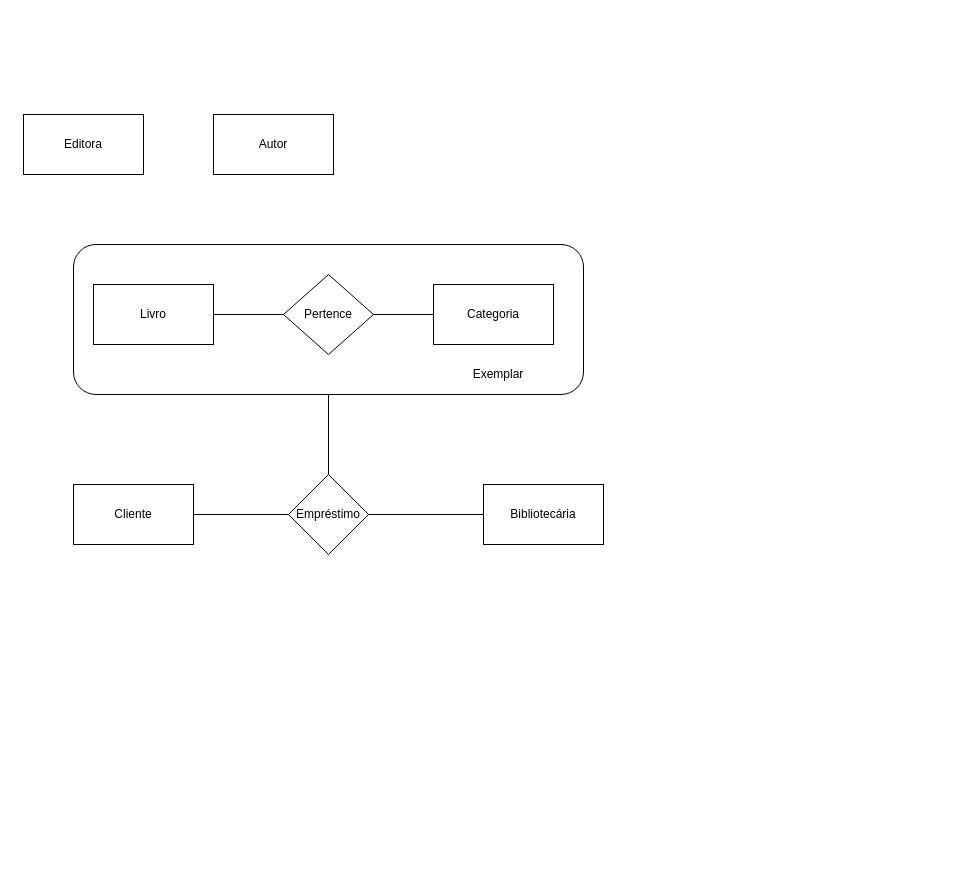
The draw.io diagram Untitled Diagram.drawio in cesarac666/diagrams, before the edit. Source tidied: cells renumbered, new cells numbered last; positions are measured from the earlier drawing's top-left corner, leaving out a move shared by most shapes. Both pictures are drawn from the tidied source at 100%, with x=0, y=0 at pixel (23, 114).
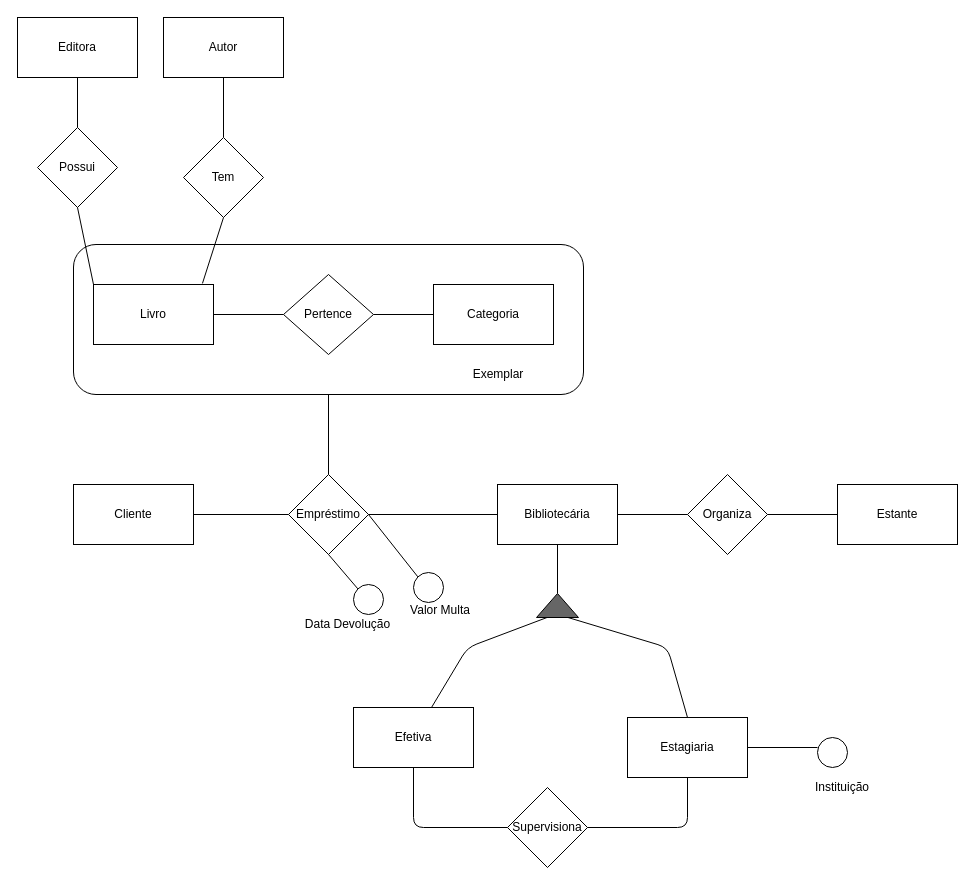
After the change.

The change refers to these unchanged cells:
```xml
<mxCell id="3" value="Livro" style="rounded=0;whiteSpace=wrap;html=1;" parent="1" vertex="1">
  <mxGeometry x="70" y="170" width="120" height="60" as="geometry" />
</mxCell>
<mxCell id="11" value="Empréstimo" style="rhombus;whiteSpace=wrap;html=1;" parent="1" vertex="1">
  <mxGeometry x="265" y="360" width="80" height="80" as="geometry" />
</mxCell>
```

What changed in the source:
```diff
@@
     <mxCell id="4" value="Editora" style="rounded=0;whiteSpace=wrap;html=1;" parent="1" vertex="1">
-      <mxGeometry width="120" height="60" as="geometry" />
+      <mxGeometry x="-6" y="-97" width="120" height="60" as="geometry" />
     </mxCell>
     <mxCell id="5" value="Autor&lt;br&gt;" style="rounded=0;whiteSpace=wrap;html=1;" parent="1" vertex="1">
-      <mxGeometry x="190" width="120" height="60" as="geometry" />
+      <mxGeometry x="140" y="-97" width="120" height="60" as="geometry" />
     </mxCell>
@@
     <mxCell id="13" value="Bibliotecária" style="rounded=0;whiteSpace=wrap;html=1;" parent="1" vertex="1">
-      <mxGeometry x="460" y="370" width="120" height="60" as="geometry" />
+      <mxGeometry x="474" y="370" width="120" height="60" as="geometry" />
     </mxCell>
@@
+    <mxCell id="17" style="ellipse;whiteSpace=wrap;html=1;" parent="1" vertex="1">
+      <mxGeometry x="390" y="458" width="30" height="30" as="geometry" />
+    </mxCell>
+    <mxCell id="18" style="ellipse;whiteSpace=wrap;html=1;" parent="1" vertex="1">
+      <mxGeometry x="330" y="470" width="30" height="30" as="geometry" />
+    </mxCell>
+    <mxCell id="19" style="endArrow=none;html=1;exitX=0.5;exitY=1;exitDx=0;exitDy=0;entryX=0;entryY=0;entryDx=0;entryDy=0;" parent="1" edge="1" source="11" target="18">
+      <mxGeometry relative="1" as="geometry" />
+    </mxCell>
+    <mxCell id="20" style="endArrow=none;html=1;exitX=1;exitY=0.5;exitDx=0;exitDy=0;entryX=0;entryY=0;entryDx=0;entryDy=0;" parent="1" edge="1" source="11" target="17">
+      <mxGeometry relative="1" as="geometry" />
+    </mxCell>
+    <mxCell id="21" value="Data Devolução" style="text;html=1;strokeColor=none;fillColor=none;align=center;verticalAlign=middle;whiteSpace=wrap;rounded=0;" parent="1" vertex="1">
+      <mxGeometry x="264" y="500" width="121" height="20" as="geometry" />
+    </mxCell>
+    <mxCell id="22" value="Valor Multa" style="text;html=1;strokeColor=none;fillColor=none;align=center;verticalAlign=middle;whiteSpace=wrap;rounded=0;" parent="1" vertex="1">
+      <mxGeometry x="384" y="486" width="66" height="20" as="geometry" />
+    </mxCell>
+    <mxCell id="23" value="Possui" style="rhombus;whiteSpace=wrap;html=1;" parent="1" vertex="1">
+      <mxGeometry x="14" y="13" width="80" height="80" as="geometry" />
+    </mxCell>
+    <mxCell id="24" style="endArrow=none;html=1;entryX=0.5;entryY=1;entryDx=0;entryDy=0;exitX=0.5;exitY=0;exitDx=0;exitDy=0;" parent="1" edge="1" source="23" target="4">
+      <mxGeometry relative="1" as="geometry" />
+    </mxCell>
+    <mxCell id="25" style="endArrow=none;html=1;entryX=0.5;entryY=1;entryDx=0;entryDy=0;exitX=0.5;exitY=0;exitDx=0;exitDy=0;" parent="1" edge="1" source="26" target="5">
+      <mxGeometry relative="1" as="geometry" />
+    </mxCell>
+    <mxCell id="26" value="Tem" style="rhombus;whiteSpace=wrap;html=1;" parent="1" vertex="1">
+      <mxGeometry x="160" y="23" width="80" height="80" as="geometry" />
+    </mxCell>
+    <mxCell id="27" style="endArrow=none;html=1;entryX=0.5;entryY=1;entryDx=0;entryDy=0;exitX=0.908;exitY=-0.018;exitDx=0;exitDy=0;exitPerimeter=0;" parent="1" edge="1" source="3" target="26">
+      <mxGeometry relative="1" as="geometry" />
+    </mxCell>
+    <mxCell id="28" style="endArrow=none;html=1;exitX=0;exitY=0;exitDx=0;exitDy=0;entryX=0.5;entryY=1;entryDx=0;entryDy=0;" parent="1" edge="1" source="3" target="23">
+      <mxGeometry relative="1" as="geometry" />
+    </mxCell>
+    <mxCell id="29" value="Estante" style="rounded=0;whiteSpace=wrap;html=1;" parent="1" vertex="1">
+      <mxGeometry x="814" y="370" width="120" height="60" as="geometry" />
+    </mxCell>
+    <mxCell id="30" value="Organiza" style="rhombus;whiteSpace=wrap;html=1;" parent="1" vertex="1">
+      <mxGeometry x="664" y="360" width="80" height="80" as="geometry" />
+    </mxCell>
+    <mxCell id="31" style="endArrow=none;html=1;entryX=1;entryY=0.5;entryDx=0;entryDy=0;" parent="1" edge="1" source="30" target="13">
+      <mxGeometry relative="1" as="geometry" />
+    </mxCell>
+    <mxCell id="32" style="endArrow=none;html=1;entryX=0;entryY=0.5;entryDx=0;entryDy=0;exitX=1;exitY=0.5;exitDx=0;exitDy=0;" parent="1" edge="1" source="30" target="29">
+      <mxGeometry relative="1" as="geometry" />
+    </mxCell>
+    <mxCell id="33" style="triangle;whiteSpace=wrap;html=1;rotation=-90;fillColor=#666666;" parent="1" vertex="1">
+      <mxGeometry x="522" y="470" width="24" height="42" as="geometry" />
+    </mxCell>
+    <mxCell id="34" style="endArrow=none;html=1;entryX=0.5;entryY=1;entryDx=0;entryDy=0;exitX=1;exitY=0.5;exitDx=0;exitDy=0;" parent="1" edge="1" source="33" target="13">
+      <mxGeometry relative="1" as="geometry" />
+    </mxCell>
+    <mxCell id="35" value="Efetiva" style="rounded=0;whiteSpace=wrap;html=1;" parent="1" vertex="1">
+      <mxGeometry x="330" y="593" width="120" height="60" as="geometry" />
+    </mxCell>
+    <mxCell id="36" value="Estagiaria" style="rounded=0;whiteSpace=wrap;html=1;" parent="1" vertex="1">
+      <mxGeometry x="604" y="603" width="120" height="60" as="geometry" />
+    </mxCell>
+    <mxCell id="37" value="Supervisiona" style="rhombus;whiteSpace=wrap;html=1;fillColor=#ffffff;" parent="1" vertex="1">
+      <mxGeometry x="484" y="673" width="80" height="80" as="geometry" />
+    </mxCell>
+    <mxCell id="38" style="endArrow=none;html=1;entryX=0;entryY=0.25;entryDx=0;entryDy=0;" parent="1" edge="1" source="35" target="33">
+      <mxGeometry relative="1" as="geometry">
+        <Array as="points">
+          <mxPoint x="444" y="533" />
+        </Array>
+      </mxGeometry>
+    </mxCell>
+    <mxCell id="39" style="endArrow=none;html=1;entryX=0.5;entryY=0;entryDx=0;entryDy=0;exitX=0;exitY=0.75;exitDx=0;exitDy=0;" parent="1" edge="1" source="33" target="36">
+      <mxGeometry relative="1" as="geometry">
+        <Array as="points">
+          <mxPoint x="644" y="533" />
+        </Array>
+      </mxGeometry>
+    </mxCell>
+    <mxCell id="40" style="endArrow=none;html=1;entryX=0;entryY=0.5;entryDx=0;entryDy=0;exitX=0.5;exitY=1;exitDx=0;exitDy=0;" parent="1" edge="1" source="35" target="37">
+      <mxGeometry relative="1" as="geometry">
+        <Array as="points">
+          <mxPoint x="390" y="713" />
+        </Array>
+      </mxGeometry>
+    </mxCell>
+    <mxCell id="41" style="endArrow=none;html=1;entryX=0.5;entryY=1;entryDx=0;entryDy=0;exitX=1;exitY=0.5;exitDx=0;exitDy=0;" parent="1" edge="1" source="37" target="36">
+      <mxGeometry relative="1" as="geometry">
+        <Array as="points">
+          <mxPoint x="664" y="713" />
+        </Array>
+      </mxGeometry>
+    </mxCell>
+    <mxCell id="42" style="ellipse;whiteSpace=wrap;html=1;" parent="1" vertex="1">
+      <mxGeometry x="794" y="623" width="30" height="30" as="geometry" />
+    </mxCell>
+    <mxCell id="43" style="endArrow=none;html=1;exitX=1;exitY=0.5;exitDx=0;exitDy=0;" parent="1" edge="1" source="36">
+      <mxGeometry relative="1" as="geometry">
+        <mxPoint x="794" y="633" as="targetPoint" />
+      </mxGeometry>
+    </mxCell>
+    <mxCell id="44" value="Instituição" style="text;html=1;strokeColor=none;fillColor=none;align=center;verticalAlign=middle;whiteSpace=wrap;rounded=0;" parent="1" vertex="1">
+      <mxGeometry x="764" y="663" width="110" height="20" as="geometry" />
+    </mxCell>
```
